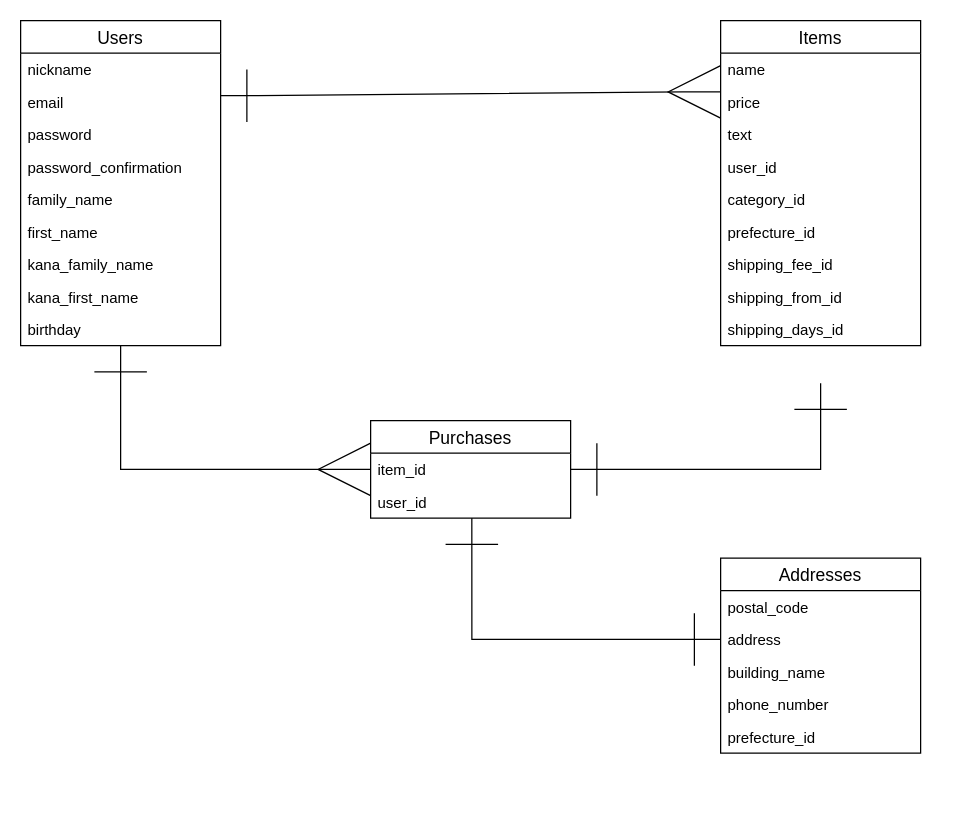
Before: config/ERD.drawio in phyirome/furima-29228, a draw.io diagram. Source tidied: cells renumbered, new cells numbered last; positions are measured from the earlier drawing's top-left corner, leaving out a move shared by most shapes. Both pictures are drawn from the tidied source at 125%, with x=0, y=0 at pixel (20, 20).
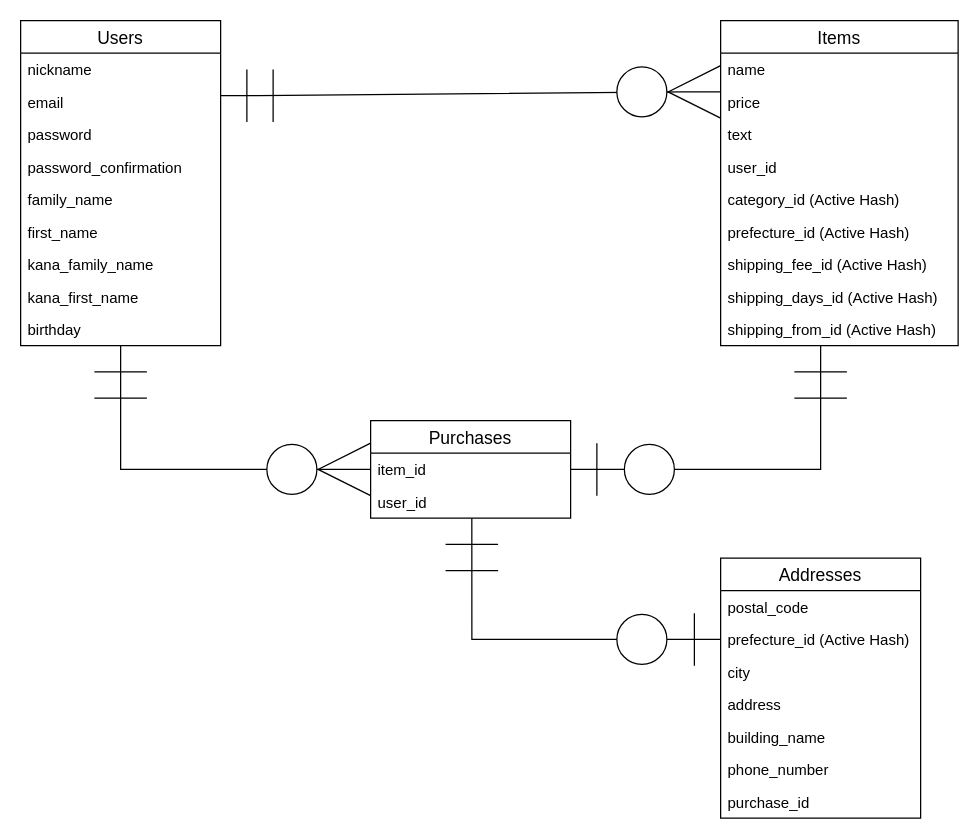
Above is the later version.

Commit message (it also covers changes not shown here):
ER図とデータベース設計の修正8

The change refers to these unchanged cells:
```xml
<mxCell id="11" value="birthday" style="text;strokeColor=none;fillColor=none;spacingLeft=4;spacingRight=4;overflow=hidden;points=[[0,0.5],[1,0.5]];portConstraint=eastwest;fontSize=12;" parent="2" vertex="1">
  <mxGeometry y="234" width="160" height="26" as="geometry" />
</mxCell>
<mxCell id="28" value="user_id" style="text;strokeColor=none;fillColor=none;spacingLeft=4;spacingRight=4;overflow=hidden;points=[[0,0.5],[1,0.5]];portConstraint=eastwest;fontSize=12;" parent="26" vertex="1">
  <mxGeometry y="52" width="160" height="26" as="geometry" />
</mxCell>
```

What changed in the source:
```diff
@@
     <mxCell id="12" value="Items" style="swimlane;fontStyle=0;horizontal=1;startSize=26;align=center;fontSize=14;" parent="1" vertex="1">
-      <mxGeometry x="560" width="160" height="260" as="geometry" />
+      <mxGeometry x="560" width="190" height="260" as="geometry" />
     </mxCell>
     <mxCell id="13" value="name" style="text;strokeColor=none;fillColor=none;spacingLeft=4;spacingRight=4;overflow=hidden;fontSize=12;" parent="12" vertex="1">
-      <mxGeometry y="26" width="160" height="26" as="geometry" />
+      <mxGeometry y="26" width="190" height="26" as="geometry" />
     </mxCell>
     <mxCell id="14" value="price" style="text;strokeColor=none;fillColor=none;spacingLeft=4;spacingRight=4;overflow=hidden;fontSize=12;" parent="12" vertex="1">
-      <mxGeometry y="52" width="160" height="26" as="geometry" />
+      <mxGeometry y="52" width="190" height="26" as="geometry" />
     </mxCell>
     <mxCell id="15" value="text" style="text;strokeColor=none;fillColor=none;spacingLeft=4;spacingRight=4;overflow=hidden;fontSize=12;" parent="12" vertex="1">
-      <mxGeometry y="78" width="160" height="26" as="geometry" />
+      <mxGeometry y="78" width="190" height="26" as="geometry" />
     </mxCell>
     <mxCell id="16" value="user_id" style="text;strokeColor=none;fillColor=none;spacingLeft=4;spacingRight=4;overflow=hidden;fontSize=12;" parent="12" vertex="1">
-      <mxGeometry y="104" width="160" height="26" as="geometry" />
+      <mxGeometry y="104" width="190" height="26" as="geometry" />
     </mxCell>
-    <mxCell id="17" value="category_id" style="text;strokeColor=none;fillColor=none;spacingLeft=4;spacingRight=4;overflow=hidden;fontSize=12;" parent="12" vertex="1">
-      <mxGeometry y="130" width="160" height="26" as="geometry" />
+    <mxCell id="17" value="category_id (Active Hash)" style="text;strokeColor=none;fillColor=none;spacingLeft=4;spacingRight=4;overflow=hidden;fontSize=12;" parent="12" vertex="1">
+      <mxGeometry y="130" width="190" height="26" as="geometry" />
     </mxCell>
-    <mxCell id="18" value="prefecture_id" style="text;strokeColor=none;fillColor=none;spacingLeft=4;spacingRight=4;overflow=hidden;fontSize=12;" parent="12" vertex="1">
-      <mxGeometry y="156" width="160" height="26" as="geometry" />
+    <mxCell id="18" value="prefecture_id (Active Hash)" style="text;strokeColor=none;fillColor=none;spacingLeft=4;spacingRight=4;overflow=hidden;fontSize=12;" parent="12" vertex="1">
+      <mxGeometry y="156" width="190" height="26" as="geometry" />
     </mxCell>
-    <mxCell id="19" value="shipping_fee_id" style="text;strokeColor=none;fillColor=none;spacingLeft=4;spacingRight=4;overflow=hidden;fontSize=12;" parent="12" vertex="1">
-      <mxGeometry y="182" width="160" height="26" as="geometry" />
+    <mxCell id="19" value="shipping_fee_id (Active Hash)" style="text;strokeColor=none;fillColor=none;spacingLeft=4;spacingRight=4;overflow=hidden;fontSize=12;" parent="12" vertex="1">
+      <mxGeometry y="182" width="190" height="26" as="geometry" />
     </mxCell>
+    <mxCell id="21" value="shipping_days_id (Active Hash)" style="text;strokeColor=none;fillColor=none;spacingLeft=4;spacingRight=4;overflow=hidden;fontSize=12;" parent="12" vertex="1">
+      <mxGeometry y="208" width="190" height="26" as="geometry" />
+    </mxCell>
-    <mxCell id="20" value="shipping_from_id" style="text;strokeColor=none;fillColor=none;spacingLeft=4;spacingRight=4;overflow=hidden;fontSize=12;" parent="12" vertex="1">
-      <mxGeometry y="208" width="160" height="26" as="geometry" />
+    <mxCell id="20" value="shipping_from_id (Active Hash)" style="text;strokeColor=none;fillColor=none;spacingLeft=4;spacingRight=4;overflow=hidden;fontSize=12;" parent="12" vertex="1">
+      <mxGeometry y="234" width="190" height="26" as="geometry" />
     </mxCell>
-    <mxCell id="21" value="shipping_days_id" style="text;strokeColor=none;fillColor=none;spacingLeft=4;spacingRight=4;overflow=hidden;fontSize=12;" parent="12" vertex="1">
-      <mxGeometry y="234" width="160" height="26" as="geometry" />
-    </mxCell>
-    <mxCell id="22" style="edgeStyle=entityRelationEdgeStyle;fontSize=12;html=1;endArrow=ERmany;entryX=0;entryY=0.192;entryDx=0;entryDy=0;entryPerimeter=0;endSize=40;startArrow=ERone;startFill=0;rounded=0;startSize=40;" parent="1" edge="1">
+    <mxCell id="22" style="edgeStyle=entityRelationEdgeStyle;fontSize=12;html=1;endArrow=ERzeroToMany;entryX=0;entryY=0.192;entryDx=0;entryDy=0;entryPerimeter=0;endSize=40;startArrow=ERmandOne;startFill=0;rounded=0;startSize=40;endFill=1;" parent="1" edge="1">
       <mxGeometry relative="1" as="geometry">
         <mxPoint x="160" y="60" as="sourcePoint" />
         <mxPoint x="560" y="57" as="targetPoint" />
       </mxGeometry>
     </mxCell>
-    <mxCell id="23" style="edgeStyle=none;rounded=0;orthogonalLoop=1;jettySize=auto;html=1;entryX=1;entryY=0.5;entryDx=0;entryDy=0;endArrow=ERone;endFill=0;endSize=40;startArrow=ERone;startFill=0;startSize=40;" parent="1" edge="1">
+    <mxCell id="23" style="edgeStyle=none;rounded=0;orthogonalLoop=1;jettySize=auto;html=1;entryX=1;entryY=0.5;entryDx=0;entryDy=0;endArrow=ERzeroToOne;endFill=1;endSize=40;startArrow=ERmandOne;startFill=0;startSize=40;" parent="1" edge="1">
       <mxGeometry relative="1" as="geometry">
-        <mxPoint x="640" y="290" as="sourcePoint" />
+        <mxPoint x="640" y="260" as="sourcePoint" />
         <mxPoint x="440" y="359" as="targetPoint" />
         <Array as="points">
           <mxPoint x="640" y="359" />
         </Array>
       </mxGeometry>
     </mxCell>
-    <mxCell id="24" style="edgeStyle=none;rounded=0;jettySize=auto;html=1;exitX=0;exitY=0.5;exitDx=0;exitDy=0;endArrow=ERone;endFill=0;endSize=40;startSize=40;startArrow=ERmany;startFill=0;entryX=0.5;entryY=1;entryDx=0;entryDy=0;entryPerimeter=0;" parent="1" edge="1" target="11">
+    <mxCell id="24" style="edgeStyle=none;rounded=0;jettySize=auto;html=1;exitX=0;exitY=0.5;exitDx=0;exitDy=0;endArrow=ERmandOne;endFill=0;endSize=40;startSize=40;startArrow=ERzeroToMany;startFill=1;entryX=0.5;entryY=1;entryDx=0;entryDy=0;entryPerimeter=0;" parent="1" edge="1" target="11">
       <mxGeometry relative="1" as="geometry">
         <mxPoint x="280" y="359" as="sourcePoint" />
         <Array as="points">
           <mxPoint x="80" y="359" />
         </Array>
       </mxGeometry>
     </mxCell>
-    <mxCell id="25" style="edgeStyle=none;rounded=0;jettySize=auto;html=1;startArrow=ERone;startFill=0;startSize=40;endArrow=ERone;endFill=0;endSize=40;strokeWidth=1;entryX=0.506;entryY=1;entryDx=0;entryDy=0;entryPerimeter=0;exitX=0;exitY=0.5;exitDx=0;exitDy=0;" parent="1" edge="1" source="31" target="28">
+    <mxCell id="25" style="edgeStyle=none;rounded=0;jettySize=auto;html=1;startArrow=ERzeroToOne;startFill=1;startSize=40;endArrow=ERmandOne;endFill=0;endSize=40;strokeWidth=1;entryX=0.506;entryY=1;entryDx=0;entryDy=0;entryPerimeter=0;exitX=0;exitY=0.5;exitDx=0;exitDy=0;" parent="1" edge="1" source="34" target="28">
       <mxGeometry relative="1" as="geometry">
         <Array as="points">
           <mxPoint x="361" y="495" />
         </Array>
       </mxGeometry>
     </mxCell>
@@
     <mxCell id="29" value="Addresses" style="swimlane;fontStyle=0;horizontal=1;startSize=26;align=center;fontSize=14;" parent="1" vertex="1">
-      <mxGeometry x="560" y="430" width="160" height="156" as="geometry" />
+      <mxGeometry x="560" y="430" width="160" height="208" as="geometry" />
     </mxCell>
@@
+    <mxCell id="34" value="prefecture_id (Active Hash)" style="text;strokeColor=none;fillColor=none;spacingLeft=4;spacingRight=4;overflow=hidden;points=[[0,0.5],[1,0.5]];portConstraint=eastwest;fontSize=12;" parent="29" vertex="1">
+      <mxGeometry y="52" width="160" height="26" as="geometry" />
+    </mxCell>
+    <mxCell id="35" value="city" style="text;strokeColor=none;fillColor=none;spacingLeft=4;spacingRight=4;overflow=hidden;fontSize=12;" parent="29" vertex="1">
+      <mxGeometry y="78" width="160" height="26" as="geometry" />
+    </mxCell>
     <mxCell id="31" value="address" style="text;strokeColor=none;fillColor=none;spacingLeft=4;spacingRight=4;overflow=hidden;points=[[0,0.5],[1,0.5]];portConstraint=eastwest;fontSize=12;" parent="29" vertex="1">
-      <mxGeometry y="52" width="160" height="26" as="geometry" />
+      <mxGeometry y="104" width="160" height="26" as="geometry" />
     </mxCell>
     <mxCell id="32" value="building_name" style="text;strokeColor=none;fillColor=none;spacingLeft=4;spacingRight=4;overflow=hidden;fontSize=12;" parent="29" vertex="1">
-      <mxGeometry y="78" width="160" height="26" as="geometry" />
+      <mxGeometry y="130" width="160" height="26" as="geometry" />
     </mxCell>
     <mxCell id="33" value="phone_number" style="text;strokeColor=none;fillColor=none;spacingLeft=4;spacingRight=4;overflow=hidden;fontSize=12;" parent="29" vertex="1">
-      <mxGeometry y="104" width="160" height="26" as="geometry" />
+      <mxGeometry y="156" width="160" height="26" as="geometry" />
     </mxCell>
-    <mxCell id="34" value="prefecture_id" style="text;strokeColor=none;fillColor=none;spacingLeft=4;spacingRight=4;overflow=hidden;points=[[0,0.5],[1,0.5]];portConstraint=eastwest;fontSize=12;" parent="29" vertex="1">
-      <mxGeometry y="130" width="160" height="26" as="geometry" />
-    </mxCell>
+    <mxCell id="36" value="purchase_id" style="text;strokeColor=none;fillColor=none;spacingLeft=4;spacingRight=4;overflow=hidden;fontSize=12;" parent="29" vertex="1">
+      <mxGeometry y="182" width="160" height="26" as="geometry" />
+    </mxCell>
```
